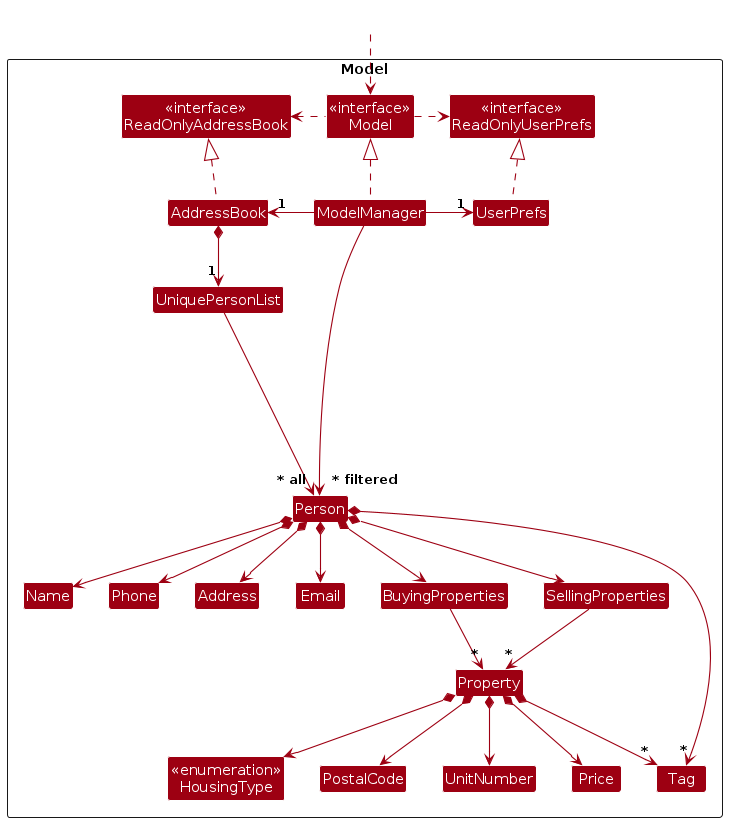
Before: diagrams/ModelClassDiagram.png, a diagram exported from PlantUML (AY2425S1-CS2103T-F10-3/tp). Its source is kept beside it as diagrams/ModelClassDiagram.puml.
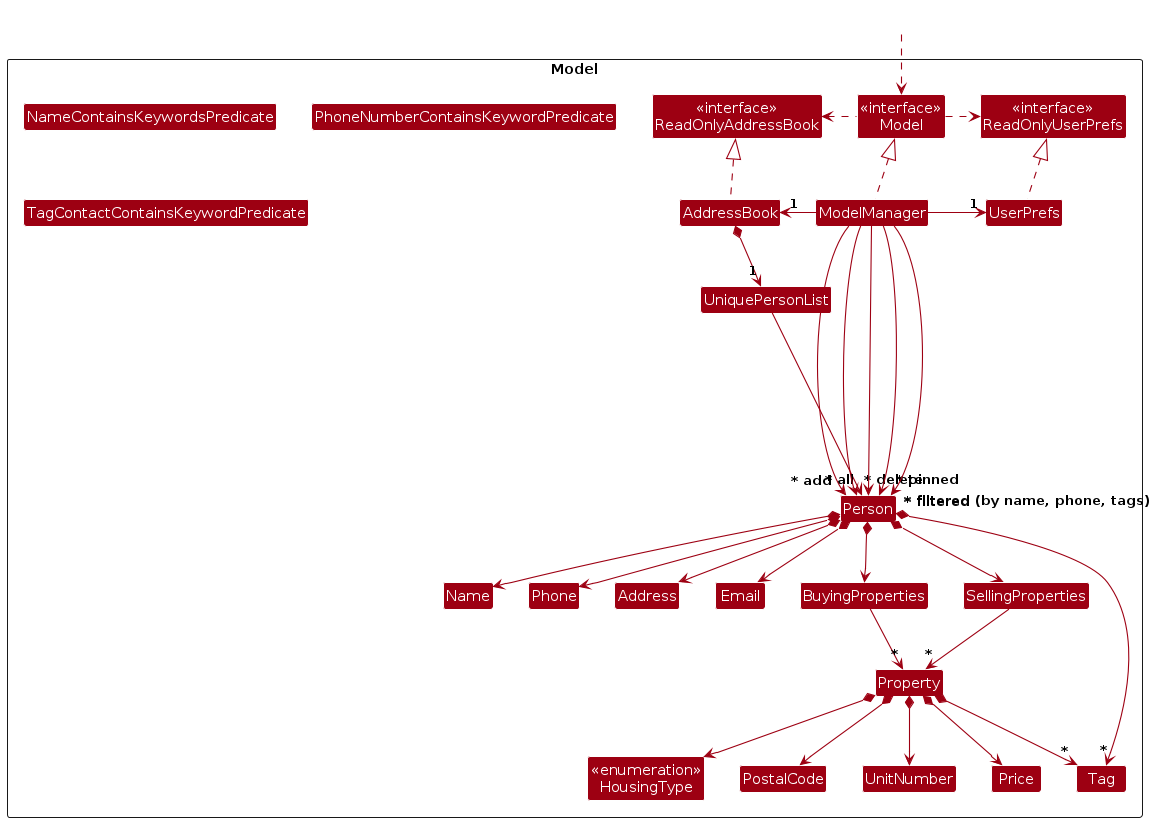
After the commit.

Change to the diagram source:
```diff
@@ -19,9 +19,11 @@
 Class Name
 Class Phone
 Class Tag
+Class NameContainsKeywordsPredicate
+Class PhoneNumberContainsKeywordPredicate
+Class TagContactContainsKeywordPredicate
 Class BuyingProperties
 Class SellingProperties
-
 Class Property
 Class "<<enumeration>>\nHousingType" as HousingType
 Class PostalCode
@@ -72,5 +74,10 @@
 Email -[hidden]right-> BuyingProperties
 BuyingProperties -[hidden]right-> SellingProperties
 
+
+ModelManager --> "~* add" Person
+ModelManager --> "~* delete" Person
+ModelManager --> "~* filtered (by name, phone, tags)" Person
+ModelManager --> "~* pinned" Person
 ModelManager -----> "~* filtered" Person
 @enduml
```
